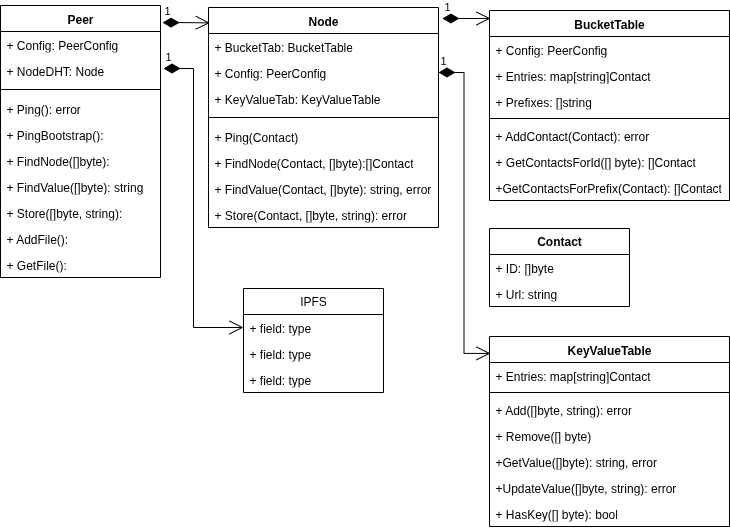
Above: docs/DiagramaDeClasesPeer.png in rafaelputaro/tp7561 (draw.io), before the change. Source tidied: cells renumbered, new cells last; positions are measured from the earlier drawing's top-left corner, leaving out a move shared by most shapes. Source of this version:
```xml
<mxGraphModel>
  <root>
    <mxCell id="0" />
    <mxCell id="1" parent="0" />
    <mxCell id="2" value="1" style="endArrow=open;html=1;endSize=12;startArrow=diamondThin;startSize=14;startFill=1;edgeStyle=orthogonalEdgeStyle;align=left;verticalAlign=bottom;rounded=0;entryX=0.006;entryY=0.07;entryDx=0;entryDy=0;entryPerimeter=0;exitX=1.013;exitY=0.063;exitDx=0;exitDy=0;exitPerimeter=0;" parent="1" edge="1" source="3" target="14">
      <mxGeometry x="-1" y="3" relative="1" as="geometry" />
    </mxCell>
    <mxCell id="3" value="Peer" style="swimlane;fontStyle=1;align=center;verticalAlign=top;horizontal=1;startSize=26;whiteSpace=wrap;html=1;" parent="1" vertex="1">
      <mxGeometry width="160" height="272" as="geometry" />
    </mxCell>
    <mxCell id="4" value="+ Config: PeerConfig" style="text;strokeColor=none;fillColor=none;align=left;verticalAlign=top;spacingLeft=4;spacingRight=4;overflow=hidden;whiteSpace=wrap;html=1;" parent="3" vertex="1">
      <mxGeometry y="26" width="160" height="26" as="geometry" />
    </mxCell>
    <mxCell id="5" value="+ NodeDHT: Node" style="text;strokeColor=none;fillColor=none;align=left;verticalAlign=top;spacingLeft=4;spacingRight=4;overflow=hidden;whiteSpace=wrap;html=1;" parent="3" vertex="1">
      <mxGeometry y="52" width="160" height="26" as="geometry" />
    </mxCell>
    <mxCell id="6" style="line;strokeWidth=1;fillColor=none;align=left;verticalAlign=middle;spacingTop=-1;spacingLeft=3;spacingRight=3;labelPosition=right;strokeColor=inherit;" parent="3" vertex="1">
      <mxGeometry y="78" width="160" height="12" as="geometry" />
    </mxCell>
    <mxCell id="7" value="+ Ping(): error" style="text;strokeColor=none;fillColor=none;align=left;verticalAlign=top;spacingLeft=4;spacingRight=4;overflow=hidden;whiteSpace=wrap;html=1;" parent="3" vertex="1">
      <mxGeometry y="90" width="160" height="26" as="geometry" />
    </mxCell>
    <mxCell id="8" value="+ PingBootstrap():" style="text;strokeColor=none;fillColor=none;align=left;verticalAlign=top;spacingLeft=4;spacingRight=4;overflow=hidden;whiteSpace=wrap;html=1;" parent="3" vertex="1">
      <mxGeometry y="116" width="160" height="26" as="geometry" />
    </mxCell>
    <mxCell id="9" value="+ FindNode([]byte):" style="text;strokeColor=none;fillColor=none;align=left;verticalAlign=top;spacingLeft=4;spacingRight=4;overflow=hidden;whiteSpace=wrap;html=1;" parent="3" vertex="1">
      <mxGeometry y="142" width="160" height="26" as="geometry" />
    </mxCell>
    <mxCell id="10" value="+ FindValue([]byte): string" style="text;strokeColor=none;fillColor=none;align=left;verticalAlign=top;spacingLeft=4;spacingRight=4;overflow=hidden;whiteSpace=wrap;html=1;" parent="3" vertex="1">
      <mxGeometry y="168" width="160" height="26" as="geometry" />
    </mxCell>
    <mxCell id="11" value="+ Store([]byte, string):" style="text;strokeColor=none;fillColor=none;align=left;verticalAlign=top;spacingLeft=4;spacingRight=4;overflow=hidden;whiteSpace=wrap;html=1;" parent="3" vertex="1">
      <mxGeometry y="194" width="160" height="26" as="geometry" />
    </mxCell>
    <mxCell id="12" value="+ AddFile():" style="text;strokeColor=none;fillColor=none;align=left;verticalAlign=top;spacingLeft=4;spacingRight=4;overflow=hidden;whiteSpace=wrap;html=1;" parent="3" vertex="1">
      <mxGeometry y="220" width="160" height="26" as="geometry" />
    </mxCell>
    <mxCell id="13" value="+ GetFile():" style="text;strokeColor=none;fillColor=none;align=left;verticalAlign=top;spacingLeft=4;spacingRight=4;overflow=hidden;whiteSpace=wrap;html=1;" parent="3" vertex="1">
      <mxGeometry y="246" width="160" height="26" as="geometry" />
    </mxCell>
    <mxCell id="14" value="Node" style="swimlane;fontStyle=1;align=center;verticalAlign=top;horizontal=1;startSize=26;whiteSpace=wrap;html=1;" parent="1" vertex="1">
      <mxGeometry x="208" y="2" width="230" height="220" as="geometry" />
    </mxCell>
    <mxCell id="15" value="+ BucketTab: BucketTable" style="text;strokeColor=none;fillColor=none;align=left;verticalAlign=top;spacingLeft=4;spacingRight=4;overflow=hidden;whiteSpace=wrap;html=1;" parent="14" vertex="1">
      <mxGeometry y="26" width="230" height="26" as="geometry" />
    </mxCell>
    <mxCell id="16" value="1" style="endArrow=open;html=1;endSize=12;startArrow=diamondThin;startSize=14;startFill=1;edgeStyle=orthogonalEdgeStyle;align=left;verticalAlign=bottom;rounded=0;entryX=0;entryY=0.5;entryDx=0;entryDy=0;" parent="14" edge="1" target="43">
      <mxGeometry x="-1" y="3" relative="1" as="geometry">
        <mxPoint x="-45" y="61" as="sourcePoint" />
        <Array as="points">
          <mxPoint x="-15" y="61" />
          <mxPoint x="-15" y="320" />
        </Array>
      </mxGeometry>
    </mxCell>
    <mxCell id="17" value="+ Config: PeerConfig" style="text;strokeColor=none;fillColor=none;align=left;verticalAlign=top;spacingLeft=4;spacingRight=4;overflow=hidden;points=[[0,0.5],[1,0.5]];portConstraint=eastwest;whiteSpace=wrap;html=1;" parent="14" vertex="1">
      <mxGeometry y="52" width="230" height="26" as="geometry" />
    </mxCell>
    <mxCell id="18" value="+ KeyValueTab: KeyValueTable" style="text;strokeColor=none;fillColor=none;align=left;verticalAlign=top;spacingLeft=4;spacingRight=4;overflow=hidden;whiteSpace=wrap;html=1;" parent="14" vertex="1">
      <mxGeometry y="78" width="230" height="26" as="geometry" />
    </mxCell>
    <mxCell id="19" style="line;strokeWidth=1;fillColor=none;align=left;verticalAlign=middle;spacingTop=-1;spacingLeft=3;spacingRight=3;labelPosition=right;strokeColor=inherit;" parent="14" vertex="1">
      <mxGeometry y="104" width="230" height="12" as="geometry" />
    </mxCell>
    <mxCell id="20" value="+ Ping(Contact)" style="text;strokeColor=none;fillColor=none;align=left;verticalAlign=top;spacingLeft=4;spacingRight=4;overflow=hidden;whiteSpace=wrap;html=1;" parent="14" vertex="1">
      <mxGeometry y="116" width="230" height="26" as="geometry" />
    </mxCell>
    <mxCell id="21" value="+ FindNode(Contact, []byte):[]Contact" style="text;strokeColor=none;fillColor=none;align=left;verticalAlign=top;spacingLeft=4;spacingRight=4;overflow=hidden;whiteSpace=wrap;html=1;" parent="14" vertex="1">
      <mxGeometry y="142" width="230" height="26" as="geometry" />
    </mxCell>
    <mxCell id="22" value="+ FindValue(Contact, []byte): string, error" style="text;strokeColor=none;fillColor=none;align=left;verticalAlign=top;spacingLeft=4;spacingRight=4;overflow=hidden;whiteSpace=wrap;html=1;" parent="14" vertex="1">
      <mxGeometry y="168" width="230" height="26" as="geometry" />
    </mxCell>
    <mxCell id="23" value="+ Store(Contact, []byte, string): error" style="text;strokeColor=none;fillColor=none;align=left;verticalAlign=top;spacingLeft=4;spacingRight=4;overflow=hidden;whiteSpace=wrap;html=1;" parent="14" vertex="1">
      <mxGeometry y="194" width="230" height="26" as="geometry" />
    </mxCell>
    <mxCell id="24" value="BucketTable" style="swimlane;fontStyle=1;align=center;verticalAlign=top;horizontal=1;startSize=26;whiteSpace=wrap;html=1;" parent="1" vertex="1">
      <mxGeometry x="489" y="5" width="240" height="190" as="geometry" />
    </mxCell>
    <mxCell id="25" value="+ Config: PeerConfig" style="text;strokeColor=none;fillColor=none;align=left;verticalAlign=top;spacingLeft=4;spacingRight=4;overflow=hidden;whiteSpace=wrap;html=1;" parent="24" vertex="1">
      <mxGeometry y="26" width="240" height="26" as="geometry" />
    </mxCell>
    <mxCell id="26" value="+ Entries: map[string]Contact" style="text;strokeColor=none;fillColor=none;align=left;verticalAlign=top;spacingLeft=4;spacingRight=4;overflow=hidden;whiteSpace=wrap;html=1;" parent="24" vertex="1">
      <mxGeometry y="52" width="240" height="26" as="geometry" />
    </mxCell>
    <mxCell id="27" value="+ Prefixes: []string" style="text;strokeColor=none;fillColor=none;align=left;verticalAlign=top;spacingLeft=4;spacingRight=4;overflow=hidden;whiteSpace=wrap;html=1;" parent="24" vertex="1">
      <mxGeometry y="78" width="240" height="26" as="geometry" />
    </mxCell>
    <mxCell id="28" style="line;strokeWidth=1;fillColor=none;align=left;verticalAlign=middle;spacingTop=-1;spacingLeft=3;spacingRight=3;labelPosition=right;strokeColor=inherit;" parent="24" vertex="1">
      <mxGeometry y="104" width="240" height="8" as="geometry" />
    </mxCell>
    <mxCell id="29" value="+ AddContact(Contact): error" style="text;strokeColor=none;fillColor=none;align=left;verticalAlign=top;spacingLeft=4;spacingRight=4;overflow=hidden;whiteSpace=wrap;html=1;" parent="24" vertex="1">
      <mxGeometry y="112" width="240" height="26" as="geometry" />
    </mxCell>
    <mxCell id="30" value="+ GetContactsForId([] byte): []Contact" style="text;strokeColor=none;fillColor=none;align=left;verticalAlign=top;spacingLeft=4;spacingRight=4;overflow=hidden;whiteSpace=wrap;html=1;" parent="24" vertex="1">
      <mxGeometry y="138" width="240" height="26" as="geometry" />
    </mxCell>
    <mxCell id="31" value="+GetContactsForPrefix(Contact): []Contact" style="text;strokeColor=none;fillColor=none;align=left;verticalAlign=top;spacingLeft=4;spacingRight=4;overflow=hidden;whiteSpace=wrap;html=1;" parent="24" vertex="1">
      <mxGeometry y="164" width="240" height="26" as="geometry" />
    </mxCell>
    <mxCell id="32" value="1" style="endArrow=open;html=1;endSize=12;startArrow=diamondThin;startSize=14;startFill=1;edgeStyle=orthogonalEdgeStyle;align=left;verticalAlign=bottom;rounded=0;entryX=0.004;entryY=0.042;entryDx=0;entryDy=0;entryPerimeter=0;exitX=1.017;exitY=0.05;exitDx=0;exitDy=0;exitPerimeter=0;" parent="1" edge="1" source="14" target="24">
      <mxGeometry x="-1" y="3" relative="1" as="geometry" />
    </mxCell>
    <mxCell id="33" value="KeyValueTable" style="swimlane;fontStyle=1;align=center;verticalAlign=top;horizontal=1;startSize=26;whiteSpace=wrap;html=1;" parent="1" vertex="1">
      <mxGeometry x="489" y="331" width="240" height="190" as="geometry" />
    </mxCell>
    <mxCell id="34" value="+ Entries: map[string]Contact" style="text;strokeColor=none;fillColor=none;align=left;verticalAlign=top;spacingLeft=4;spacingRight=4;overflow=hidden;whiteSpace=wrap;html=1;" parent="33" vertex="1">
      <mxGeometry y="26" width="240" height="26" as="geometry" />
    </mxCell>
    <mxCell id="35" style="line;strokeWidth=1;fillColor=none;align=left;verticalAlign=middle;spacingTop=-1;spacingLeft=3;spacingRight=3;labelPosition=right;strokeColor=inherit;" parent="33" vertex="1">
      <mxGeometry y="52" width="240" height="8" as="geometry" />
    </mxCell>
    <mxCell id="36" value="+ Add([]byte, string): error" style="text;strokeColor=none;fillColor=none;align=left;verticalAlign=top;spacingLeft=4;spacingRight=4;overflow=hidden;whiteSpace=wrap;html=1;" parent="33" vertex="1">
      <mxGeometry y="60" width="240" height="26" as="geometry" />
    </mxCell>
    <mxCell id="37" value="+ Remove([] byte)" style="text;strokeColor=none;fillColor=none;align=left;verticalAlign=top;spacingLeft=4;spacingRight=4;overflow=hidden;whiteSpace=wrap;html=1;" parent="33" vertex="1">
      <mxGeometry y="86" width="240" height="26" as="geometry" />
    </mxCell>
    <mxCell id="38" value="+GetValue([]byte): string, error" style="text;strokeColor=none;fillColor=none;align=left;verticalAlign=top;spacingLeft=4;spacingRight=4;overflow=hidden;whiteSpace=wrap;html=1;" parent="33" vertex="1">
      <mxGeometry y="112" width="240" height="26" as="geometry" />
    </mxCell>
    <mxCell id="39" value="+UpdateValue([]byte, string): error" style="text;strokeColor=none;fillColor=none;align=left;verticalAlign=top;spacingLeft=4;spacingRight=4;overflow=hidden;whiteSpace=wrap;html=1;" parent="33" vertex="1">
      <mxGeometry y="138" width="240" height="26" as="geometry" />
    </mxCell>
    <mxCell id="40" value="+ HasKey([] byte): bool" style="text;strokeColor=none;fillColor=none;align=left;verticalAlign=top;spacingLeft=4;spacingRight=4;overflow=hidden;whiteSpace=wrap;html=1;" parent="33" vertex="1">
      <mxGeometry y="164" width="240" height="26" as="geometry" />
    </mxCell>
    <mxCell id="41" value="1" style="endArrow=open;html=1;endSize=12;startArrow=diamondThin;startSize=14;startFill=1;edgeStyle=orthogonalEdgeStyle;align=left;verticalAlign=bottom;rounded=0;exitX=1;exitY=0.5;exitDx=0;exitDy=0;entryX=0.004;entryY=0.089;entryDx=0;entryDy=0;entryPerimeter=0;" parent="1" edge="1" source="17" target="33">
      <mxGeometry x="-1" y="3" relative="1" as="geometry" />
    </mxCell>
    <mxCell id="42" value="IPFS" style="swimlane;fontStyle=0;horizontal=1;startSize=26;fillColor=none;whiteSpace=wrap;html=1;" parent="1" vertex="1">
      <mxGeometry x="243" y="283" width="140" height="104" as="geometry" />
    </mxCell>
    <mxCell id="43" value="+ field: type" style="text;strokeColor=none;fillColor=none;align=left;verticalAlign=top;spacingLeft=4;spacingRight=4;overflow=hidden;points=[[0,0.5],[1,0.5]];portConstraint=eastwest;whiteSpace=wrap;html=1;" parent="42" vertex="1">
      <mxGeometry y="26" width="140" height="26" as="geometry" />
    </mxCell>
    <mxCell id="44" value="+ field: type" style="text;strokeColor=none;fillColor=none;align=left;verticalAlign=top;spacingLeft=4;spacingRight=4;overflow=hidden;whiteSpace=wrap;html=1;" parent="42" vertex="1">
      <mxGeometry y="52" width="140" height="26" as="geometry" />
    </mxCell>
    <mxCell id="45" value="+ field: type" style="text;strokeColor=none;fillColor=none;align=left;verticalAlign=top;spacingLeft=4;spacingRight=4;overflow=hidden;whiteSpace=wrap;html=1;" parent="42" vertex="1">
      <mxGeometry y="78" width="140" height="26" as="geometry" />
    </mxCell>
    <mxCell id="46" value="&lt;b&gt;Contact&lt;/b&gt;" style="swimlane;fontStyle=0;horizontal=1;startSize=26;fillColor=none;whiteSpace=wrap;html=1;" parent="1" vertex="1">
      <mxGeometry x="489" y="223" width="140" height="78" as="geometry" />
    </mxCell>
    <mxCell id="47" value="+ ID: []byte" style="text;strokeColor=none;fillColor=none;align=left;verticalAlign=top;spacingLeft=4;spacingRight=4;overflow=hidden;whiteSpace=wrap;html=1;" parent="46" vertex="1">
      <mxGeometry y="26" width="140" height="26" as="geometry" />
    </mxCell>
    <mxCell id="48" value="+ Url: string" style="text;strokeColor=none;fillColor=none;align=left;verticalAlign=top;spacingLeft=4;spacingRight=4;overflow=hidden;whiteSpace=wrap;html=1;" parent="46" vertex="1">
      <mxGeometry y="52" width="140" height="26" as="geometry" />
    </mxCell>
  </root>
</mxGraphModel>
```
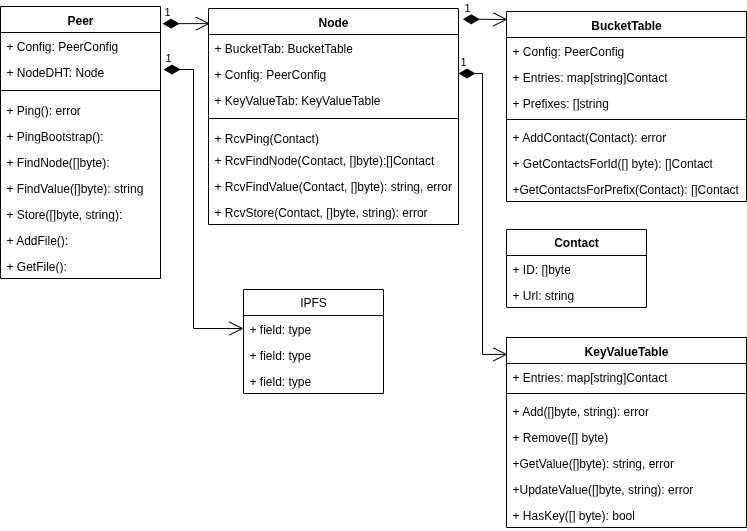
Above is the later version.

Diff of the diagram source:
```diff
@@ -39,10 +39,10 @@
       <mxGeometry y="246" width="160" height="26" as="geometry" />
     </mxCell>
     <mxCell id="14" value="Node" style="swimlane;fontStyle=1;align=center;verticalAlign=top;horizontal=1;startSize=26;whiteSpace=wrap;html=1;" parent="1" vertex="1">
-      <mxGeometry x="208" y="2" width="230" height="220" as="geometry" />
+      <mxGeometry x="208" y="2" width="250" height="216" as="geometry" />
     </mxCell>
     <mxCell id="15" value="+ BucketTab: BucketTable" style="text;strokeColor=none;fillColor=none;align=left;verticalAlign=top;spacingLeft=4;spacingRight=4;overflow=hidden;whiteSpace=wrap;html=1;" parent="14" vertex="1">
-      <mxGeometry y="26" width="230" height="26" as="geometry" />
+      <mxGeometry y="26" width="250" height="26" as="geometry" />
     </mxCell>
     <mxCell id="16" value="1" style="endArrow=open;html=1;endSize=12;startArrow=diamondThin;startSize=14;startFill=1;edgeStyle=orthogonalEdgeStyle;align=left;verticalAlign=bottom;rounded=0;entryX=0;entryY=0.5;entryDx=0;entryDy=0;" parent="14" edge="1" target="43">
       <mxGeometry x="-1" y="3" relative="1" as="geometry">
@@ -54,28 +54,28 @@
       </mxGeometry>
     </mxCell>
     <mxCell id="17" value="+ Config: PeerConfig" style="text;strokeColor=none;fillColor=none;align=left;verticalAlign=top;spacingLeft=4;spacingRight=4;overflow=hidden;points=[[0,0.5],[1,0.5]];portConstraint=eastwest;whiteSpace=wrap;html=1;" parent="14" vertex="1">
-      <mxGeometry y="52" width="230" height="26" as="geometry" />
+      <mxGeometry y="52" width="250" height="26" as="geometry" />
     </mxCell>
     <mxCell id="18" value="+ KeyValueTab: KeyValueTable" style="text;strokeColor=none;fillColor=none;align=left;verticalAlign=top;spacingLeft=4;spacingRight=4;overflow=hidden;whiteSpace=wrap;html=1;" parent="14" vertex="1">
-      <mxGeometry y="78" width="230" height="26" as="geometry" />
+      <mxGeometry y="78" width="250" height="26" as="geometry" />
     </mxCell>
     <mxCell id="19" style="line;strokeWidth=1;fillColor=none;align=left;verticalAlign=middle;spacingTop=-1;spacingLeft=3;spacingRight=3;labelPosition=right;strokeColor=inherit;" parent="14" vertex="1">
-      <mxGeometry y="104" width="230" height="12" as="geometry" />
+      <mxGeometry y="104" width="250" height="12" as="geometry" />
     </mxCell>
-    <mxCell id="20" value="+ Ping(Contact)" style="text;strokeColor=none;fillColor=none;align=left;verticalAlign=top;spacingLeft=4;spacingRight=4;overflow=hidden;whiteSpace=wrap;html=1;" parent="14" vertex="1">
-      <mxGeometry y="116" width="230" height="26" as="geometry" />
+    <mxCell id="20" value="+ RcvPing(Contact)" style="text;strokeColor=none;fillColor=none;align=left;verticalAlign=top;spacingLeft=4;spacingRight=4;overflow=hidden;whiteSpace=wrap;html=1;" parent="14" vertex="1">
+      <mxGeometry y="116" width="250" height="22" as="geometry" />
     </mxCell>
-    <mxCell id="21" value="+ FindNode(Contact, []byte):[]Contact" style="text;strokeColor=none;fillColor=none;align=left;verticalAlign=top;spacingLeft=4;spacingRight=4;overflow=hidden;whiteSpace=wrap;html=1;" parent="14" vertex="1">
-      <mxGeometry y="142" width="230" height="26" as="geometry" />
+    <mxCell id="21" value="+ RcvFindNode(Contact, []byte):[]Contact" style="text;strokeColor=none;fillColor=none;align=left;verticalAlign=top;spacingLeft=4;spacingRight=4;overflow=hidden;whiteSpace=wrap;html=1;" parent="14" vertex="1">
+      <mxGeometry y="138" width="250" height="26" as="geometry" />
     </mxCell>
-    <mxCell id="22" value="+ FindValue(Contact, []byte): string, error" style="text;strokeColor=none;fillColor=none;align=left;verticalAlign=top;spacingLeft=4;spacingRight=4;overflow=hidden;whiteSpace=wrap;html=1;" parent="14" vertex="1">
-      <mxGeometry y="168" width="230" height="26" as="geometry" />
+    <mxCell id="22" value="+ RcvFindValue(Contact, []byte): string, error" style="text;strokeColor=none;fillColor=none;align=left;verticalAlign=top;spacingLeft=4;spacingRight=4;overflow=hidden;whiteSpace=wrap;html=1;" parent="14" vertex="1">
+      <mxGeometry y="164" width="250" height="26" as="geometry" />
     </mxCell>
-    <mxCell id="23" value="+ Store(Contact, []byte, string): error" style="text;strokeColor=none;fillColor=none;align=left;verticalAlign=top;spacingLeft=4;spacingRight=4;overflow=hidden;whiteSpace=wrap;html=1;" parent="14" vertex="1">
-      <mxGeometry y="194" width="230" height="26" as="geometry" />
+    <mxCell id="23" value="+ RcvStore(Contact, []byte, string): error" style="text;strokeColor=none;fillColor=none;align=left;verticalAlign=top;spacingLeft=4;spacingRight=4;overflow=hidden;whiteSpace=wrap;html=1;" parent="14" vertex="1">
+      <mxGeometry y="190" width="250" height="26" as="geometry" />
     </mxCell>
     <mxCell id="24" value="BucketTable" style="swimlane;fontStyle=1;align=center;verticalAlign=top;horizontal=1;startSize=26;whiteSpace=wrap;html=1;" parent="1" vertex="1">
-      <mxGeometry x="489" y="5" width="240" height="190" as="geometry" />
+      <mxGeometry x="506" y="5" width="240" height="190" as="geometry" />
     </mxCell>
     <mxCell id="25" value="+ Config: PeerConfig" style="text;strokeColor=none;fillColor=none;align=left;verticalAlign=top;spacingLeft=4;spacingRight=4;overflow=hidden;whiteSpace=wrap;html=1;" parent="24" vertex="1">
       <mxGeometry y="26" width="240" height="26" as="geometry" />
@@ -102,7 +102,7 @@
       <mxGeometry x="-1" y="3" relative="1" as="geometry" />
     </mxCell>
     <mxCell id="33" value="KeyValueTable" style="swimlane;fontStyle=1;align=center;verticalAlign=top;horizontal=1;startSize=26;whiteSpace=wrap;html=1;" parent="1" vertex="1">
-      <mxGeometry x="489" y="331" width="240" height="190" as="geometry" />
+      <mxGeometry x="506" y="331" width="240" height="190" as="geometry" />
     </mxCell>
     <mxCell id="34" value="+ Entries: map[string]Contact" style="text;strokeColor=none;fillColor=none;align=left;verticalAlign=top;spacingLeft=4;spacingRight=4;overflow=hidden;whiteSpace=wrap;html=1;" parent="33" vertex="1">
       <mxGeometry y="26" width="240" height="26" as="geometry" />
@@ -141,7 +141,7 @@
       <mxGeometry y="78" width="140" height="26" as="geometry" />
     </mxCell>
     <mxCell id="46" value="&lt;b&gt;Contact&lt;/b&gt;" style="swimlane;fontStyle=0;horizontal=1;startSize=26;fillColor=none;whiteSpace=wrap;html=1;" parent="1" vertex="1">
-      <mxGeometry x="489" y="223" width="140" height="78" as="geometry" />
+      <mxGeometry x="506" y="223" width="140" height="78" as="geometry" />
     </mxCell>
     <mxCell id="47" value="+ ID: []byte" style="text;strokeColor=none;fillColor=none;align=left;verticalAlign=top;spacingLeft=4;spacingRight=4;overflow=hidden;whiteSpace=wrap;html=1;" parent="46" vertex="1">
       <mxGeometry y="26" width="140" height="26" as="geometry" />
```
